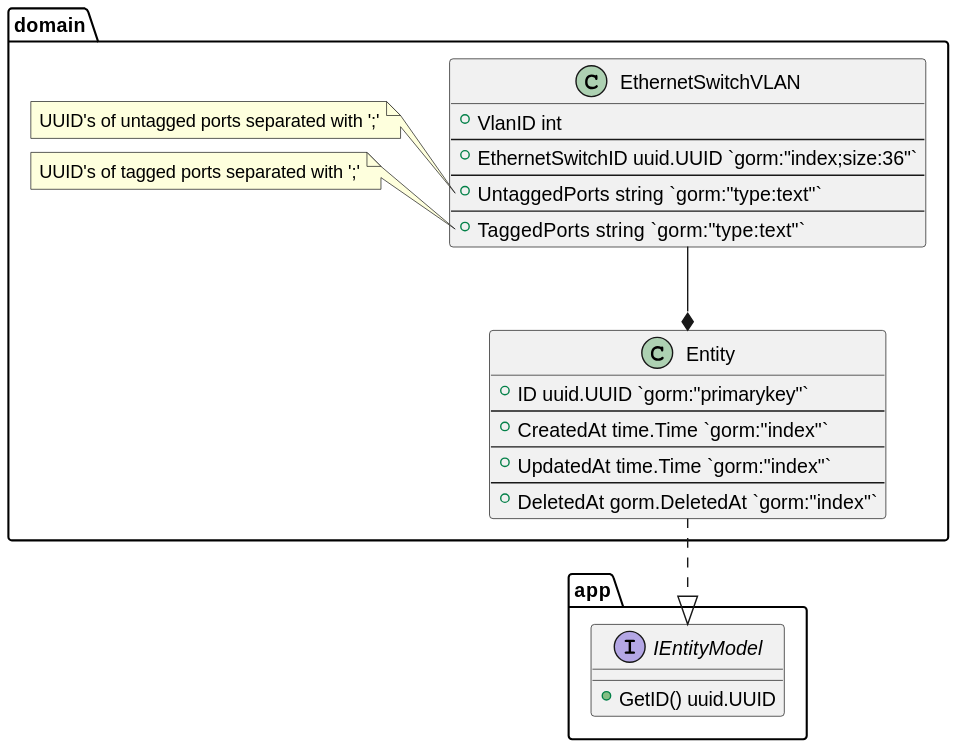
Earlier version of the PlantUML export docs/plantuml/entities/EthernetSwitchVLAN.svg (lf-edge/rol).
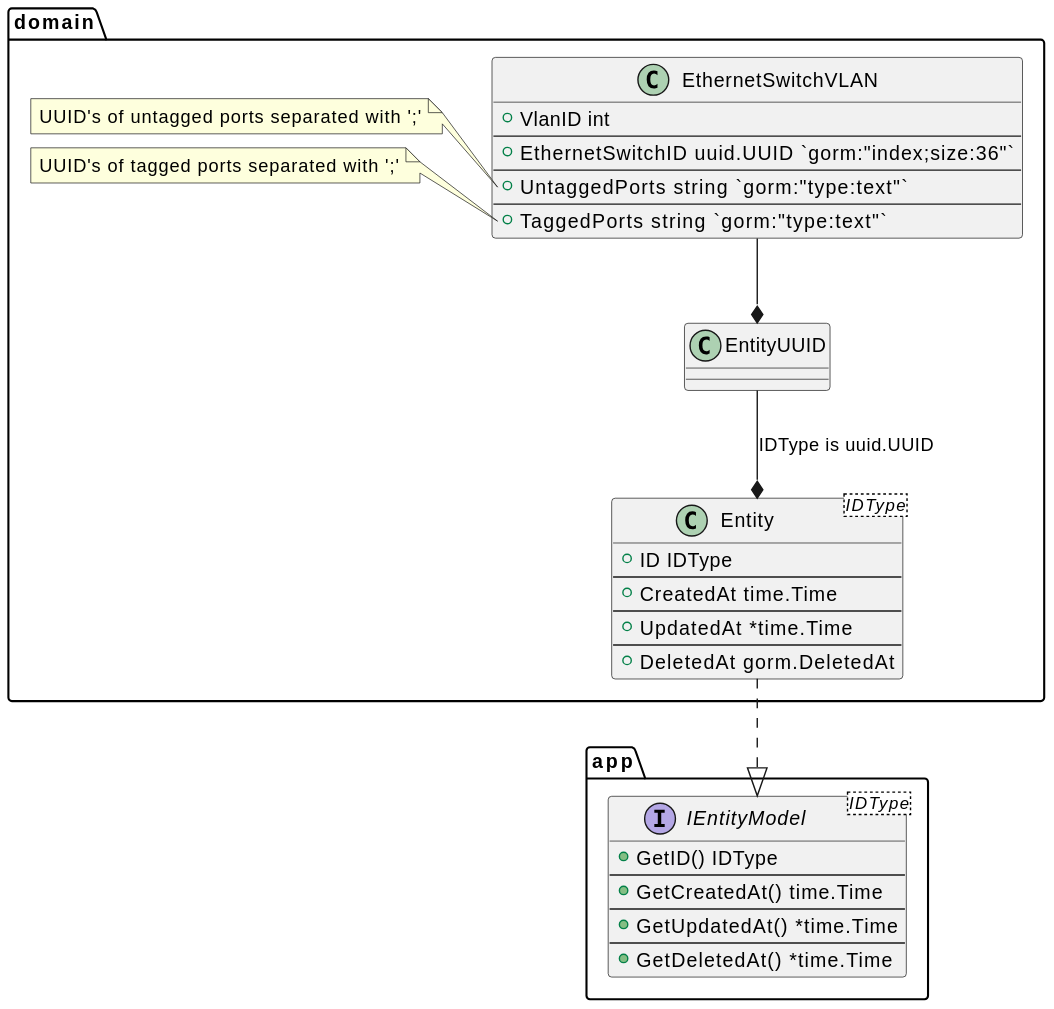
The same file after the commit.

Change to the diagram source:
```diff
@@ -13,7 +13,7 @@
         +TaggedPorts string `gorm:"type:text"`
     }
 
-    EthernetSwitchVLAN -down-* Entity
+    EthernetSwitchVLAN -down-* EntityUUID
 
     note left of EthernetSwitchVLAN::UntaggedPorts
         UUID's of untagged ports separated with ';'
```
